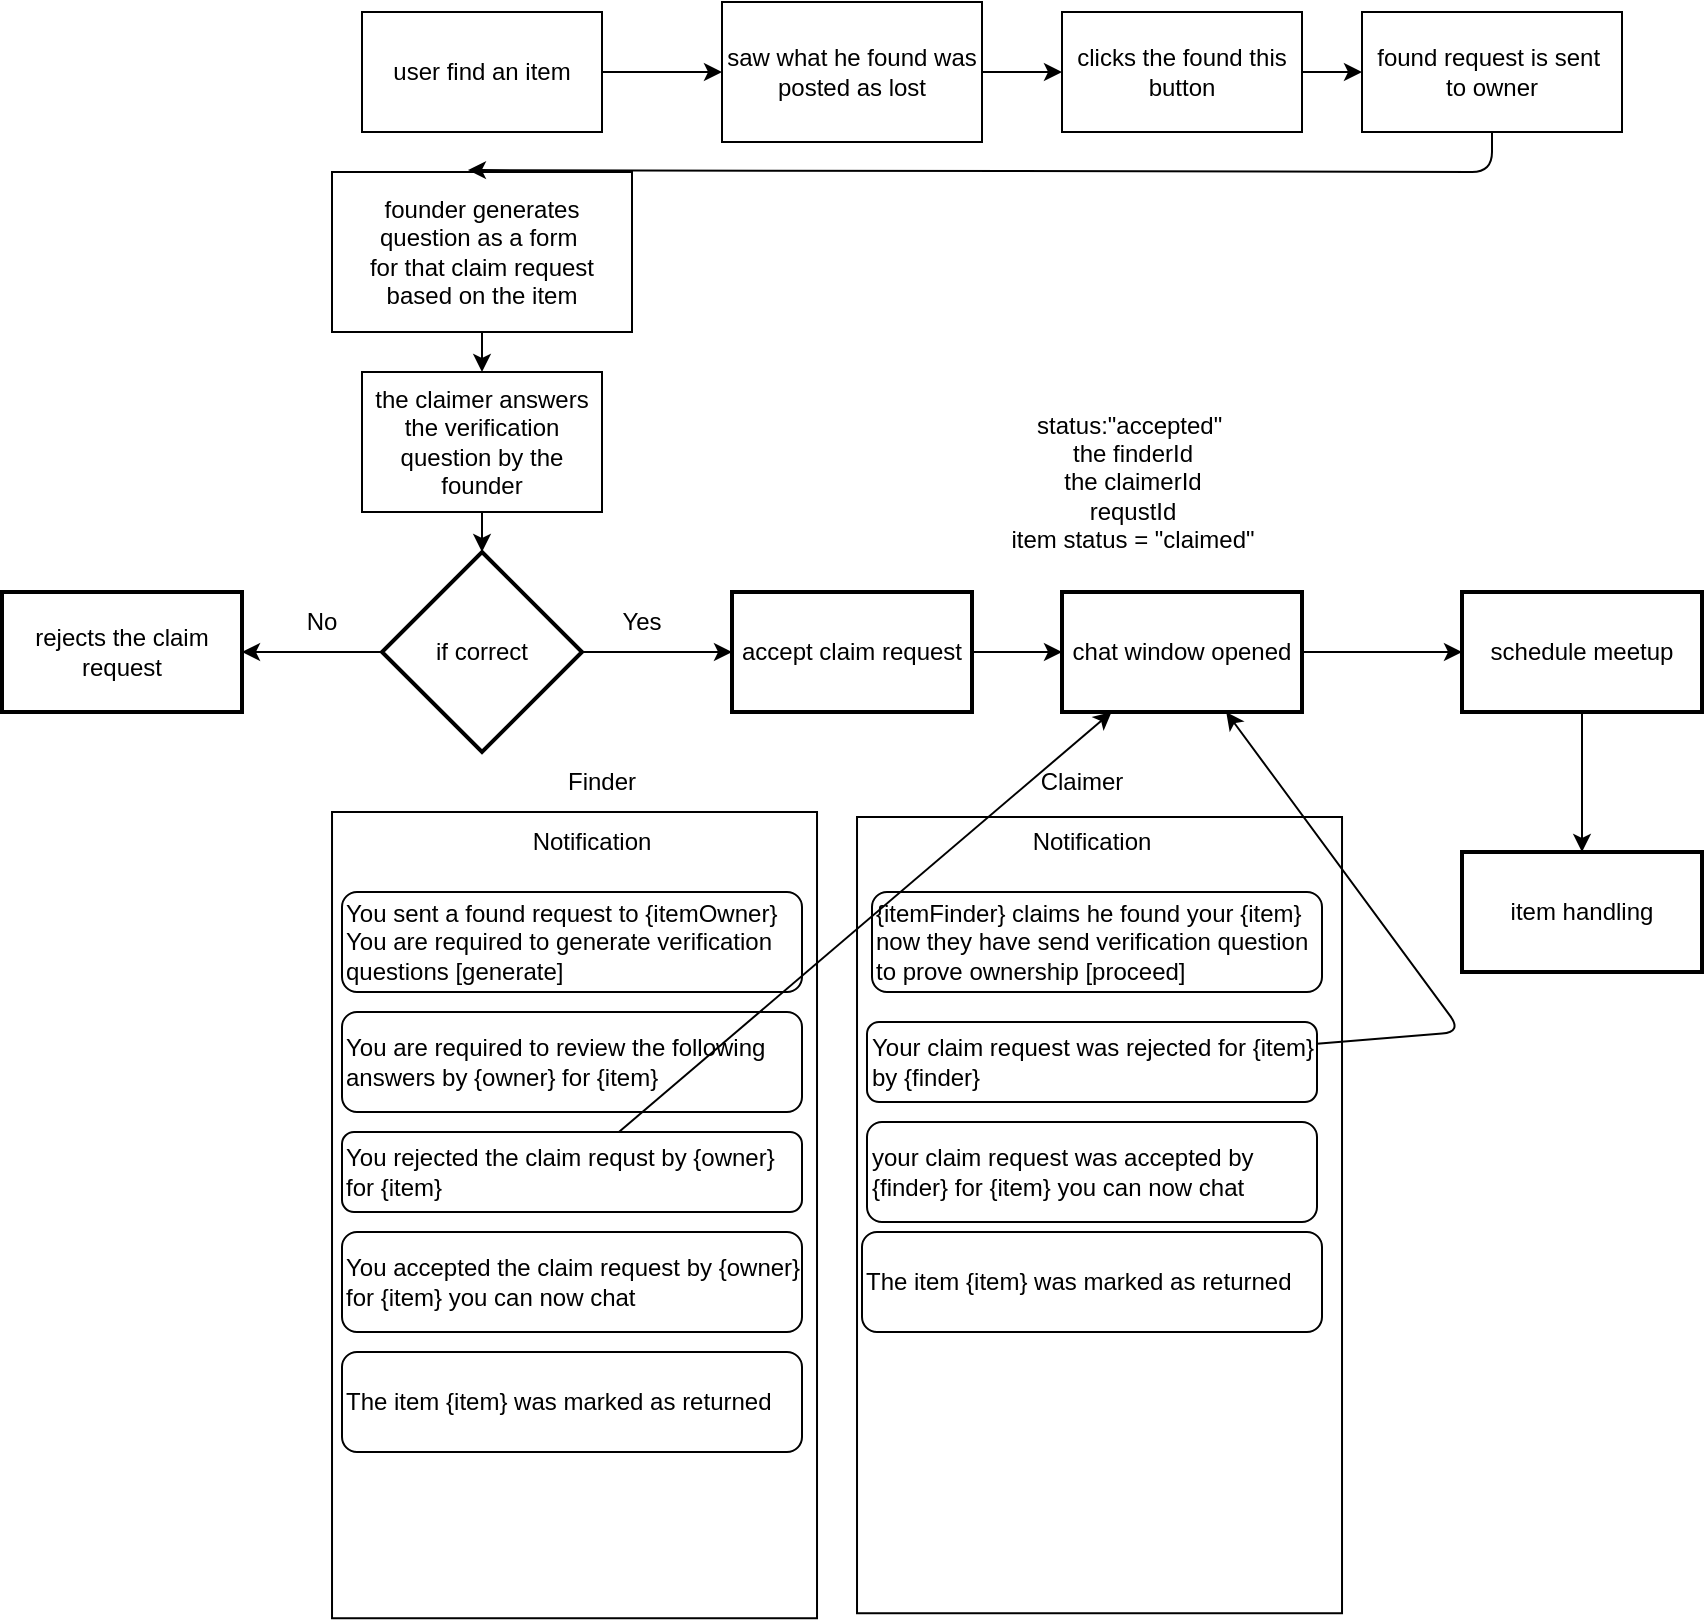
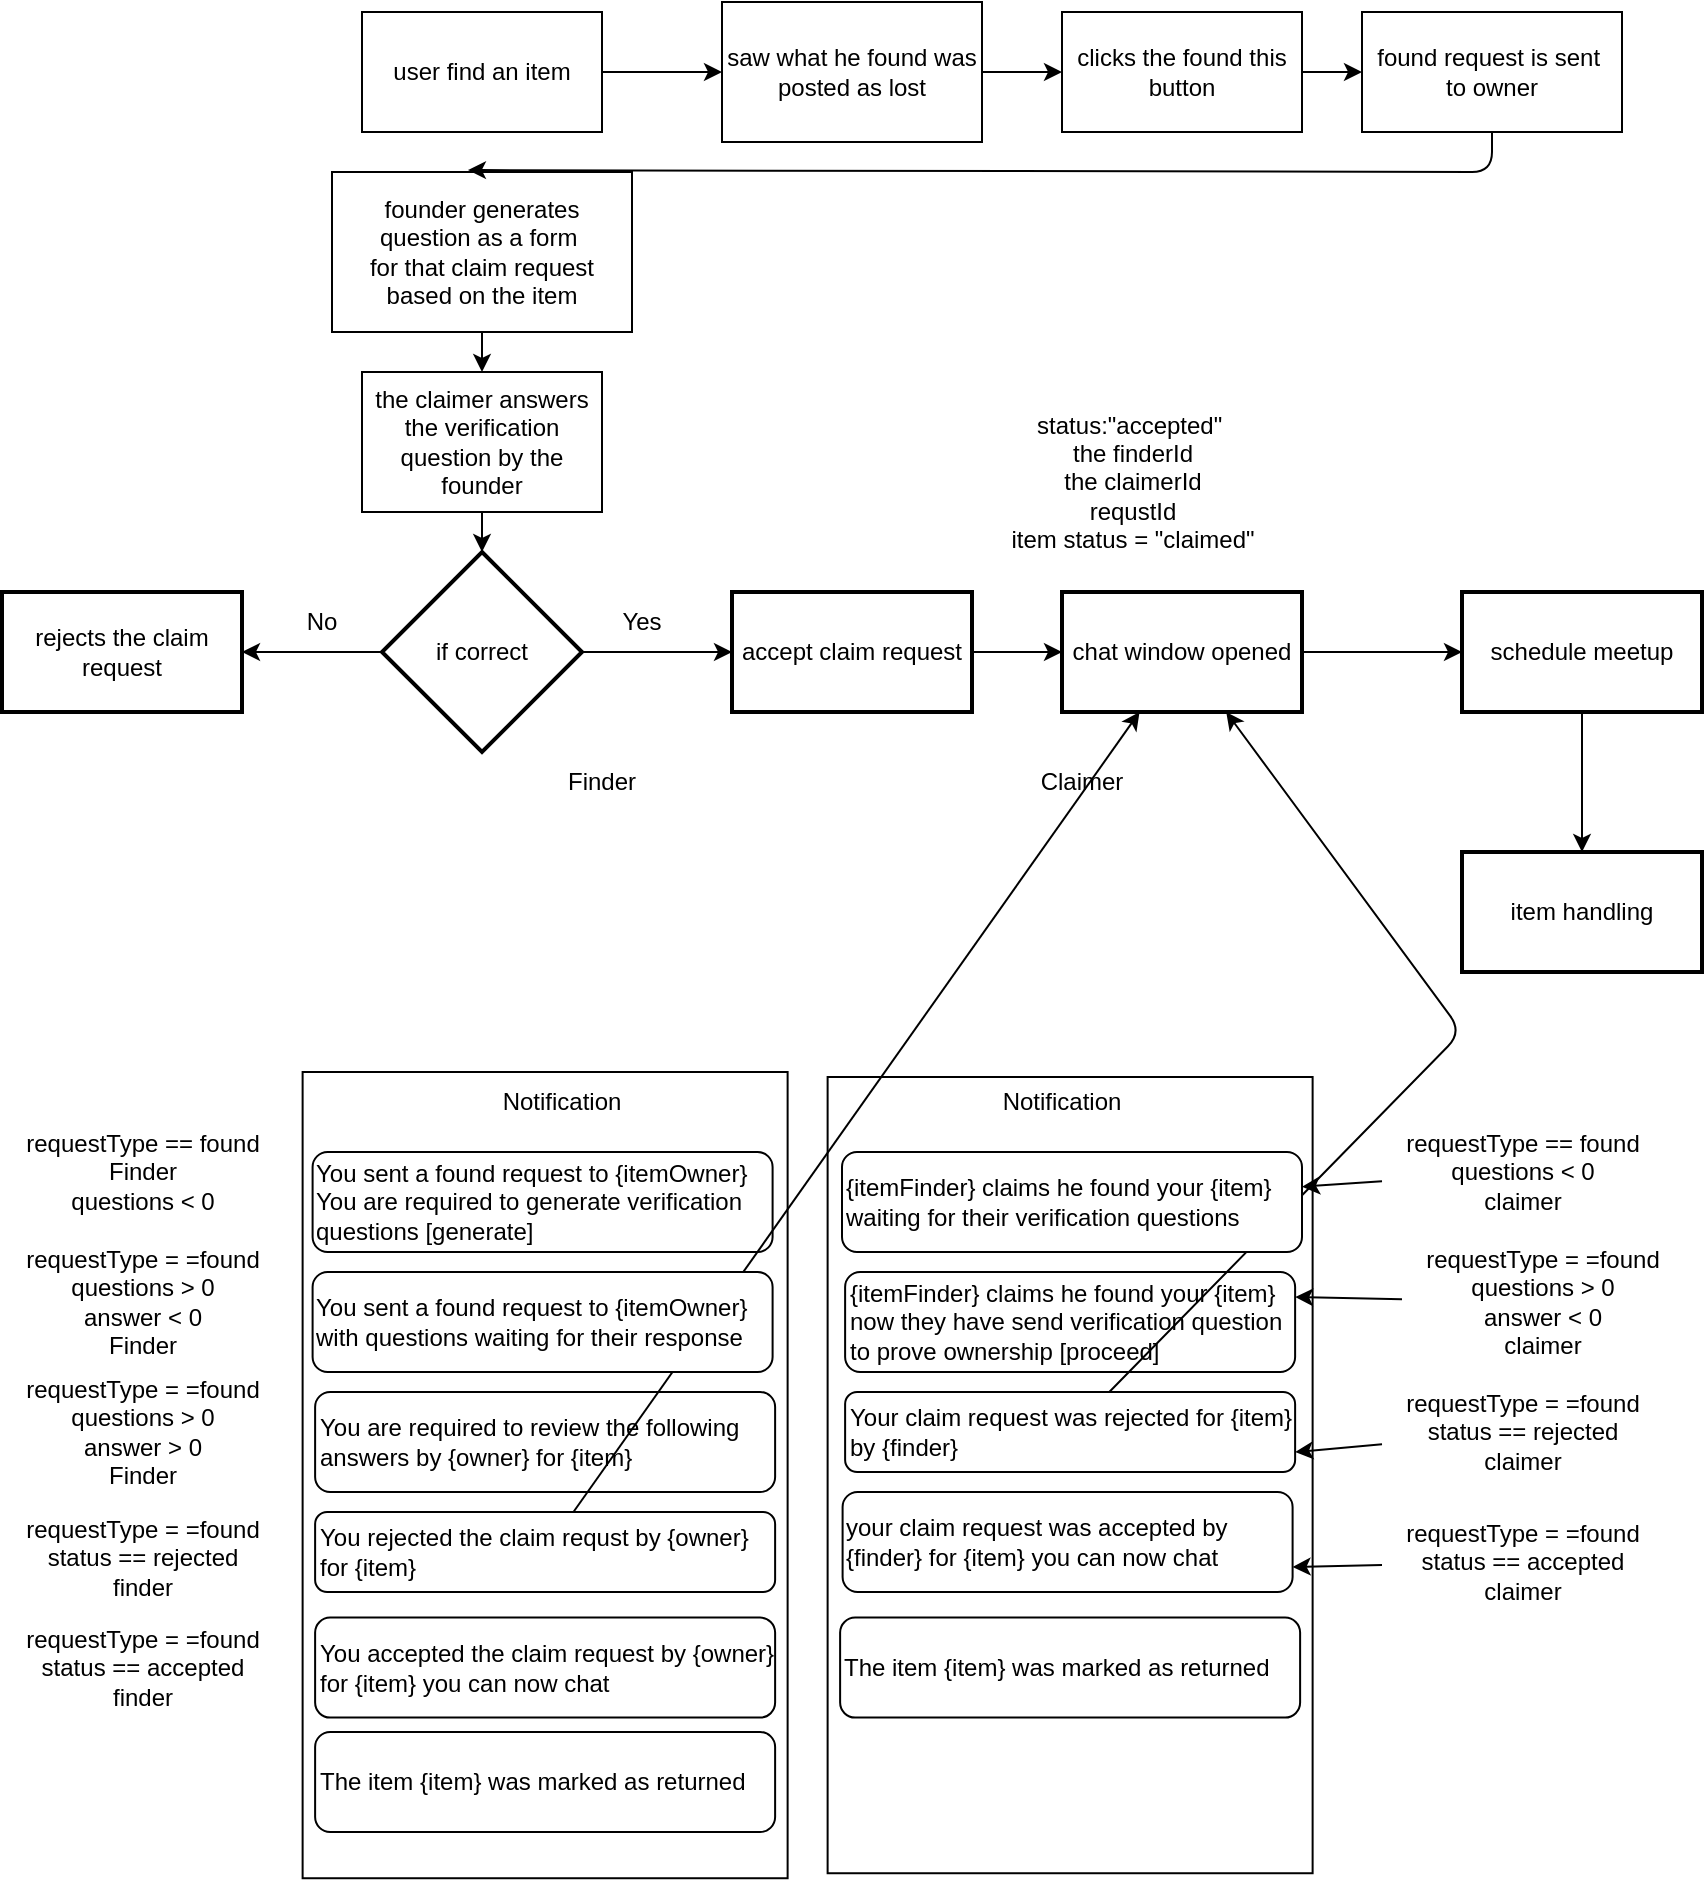
<mxfile host="65bd71144e">
    <diagram id="i1hBtsmhHRajQAO7jnXf" name="Page-1">
        <mxGraphModel dx="1720" dy="475" grid="1" gridSize="10" guides="1" tooltips="1" connect="1" arrows="1" fold="1" page="1" pageScale="1" pageWidth="850" pageHeight="1100" math="0" shadow="0">
            <root>
                <mxCell id="0"/>
                <mxCell id="1" parent="0"/>
                <mxCell id="119" value="" style="edgeStyle=none;html=1;" parent="1" source="120" target="122" edge="1">
                    <mxGeometry relative="1" as="geometry"/>
                </mxCell>
                <mxCell id="120" value="user find an item" style="rounded=0;whiteSpace=wrap;html=1;" parent="1" vertex="1">
                    <mxGeometry x="110" y="140" width="120" height="60" as="geometry"/>
                </mxCell>
                <mxCell id="121" value="" style="edgeStyle=none;html=1;" parent="1" source="122" target="124" edge="1">
                    <mxGeometry relative="1" as="geometry"/>
                </mxCell>
                <mxCell id="122" value="saw what he found was&lt;div&gt;posted as lost&lt;/div&gt;" style="rounded=0;whiteSpace=wrap;html=1;" parent="1" vertex="1">
                    <mxGeometry x="290" y="135" width="130" height="70" as="geometry"/>
                </mxCell>
                <mxCell id="123" value="" style="edgeStyle=none;html=1;" parent="1" source="124" target="125" edge="1">
                    <mxGeometry relative="1" as="geometry"/>
                </mxCell>
                <mxCell id="124" value="clicks the found this&lt;div&gt;button&lt;/div&gt;" style="rounded=0;whiteSpace=wrap;html=1;" parent="1" vertex="1">
                    <mxGeometry x="460" y="140" width="120" height="60" as="geometry"/>
                </mxCell>
                <mxCell id="125" value="found request is sent&amp;nbsp;&lt;div&gt;to owner&lt;/div&gt;" style="rounded=0;whiteSpace=wrap;html=1;" parent="1" vertex="1">
                    <mxGeometry x="610" y="140" width="130" height="60" as="geometry"/>
                </mxCell>
                <mxCell id="126" value="" style="edgeStyle=none;html=1;" parent="1" source="127" target="142" edge="1">
                    <mxGeometry relative="1" as="geometry"/>
                </mxCell>
                <mxCell id="127" value="founder generates&lt;div&gt;question as a form&amp;nbsp;&lt;/div&gt;&lt;div&gt;for that claim request&lt;/div&gt;&lt;div&gt;based on the item&lt;/div&gt;" style="rounded=0;whiteSpace=wrap;html=1;" parent="1" vertex="1">
                    <mxGeometry x="95" y="220" width="150" height="80" as="geometry"/>
                </mxCell>
                <mxCell id="128" style="edgeStyle=none;html=1;entryX=0.453;entryY=-0.012;entryDx=0;entryDy=0;entryPerimeter=0;" parent="1" source="125" target="127" edge="1">
                    <mxGeometry relative="1" as="geometry">
                        <mxPoint x="160" y="260" as="targetPoint"/>
                        <Array as="points">
                            <mxPoint x="675" y="220"/>
                        </Array>
                    </mxGeometry>
                </mxCell>
                <mxCell id="129" value="" style="edgeStyle=none;html=1;" parent="1" source="131" target="132" edge="1">
                    <mxGeometry relative="1" as="geometry"/>
                </mxCell>
                <mxCell id="130" value="" style="edgeStyle=none;html=1;" parent="1" source="131" target="134" edge="1">
                    <mxGeometry relative="1" as="geometry"/>
                </mxCell>
                <mxCell id="131" value="if correct" style="strokeWidth=2;html=1;shape=mxgraph.flowchart.decision;whiteSpace=wrap;" parent="1" vertex="1">
                    <mxGeometry x="120" y="410" width="100" height="100" as="geometry"/>
                </mxCell>
                <mxCell id="132" value="rejects the claim request" style="whiteSpace=wrap;html=1;strokeWidth=2;" parent="1" vertex="1">
                    <mxGeometry x="-70" y="430" width="120" height="60" as="geometry"/>
                </mxCell>
                <mxCell id="133" value="" style="edgeStyle=none;html=1;" parent="1" source="134" target="138" edge="1">
                    <mxGeometry relative="1" as="geometry"/>
                </mxCell>
                <mxCell id="134" value="accept claim request" style="whiteSpace=wrap;html=1;strokeWidth=2;" parent="1" vertex="1">
                    <mxGeometry x="295" y="430" width="120" height="60" as="geometry"/>
                </mxCell>
                <mxCell id="135" value="No" style="text;html=1;align=center;verticalAlign=middle;whiteSpace=wrap;rounded=0;" parent="1" vertex="1">
                    <mxGeometry x="60" y="430" width="60" height="30" as="geometry"/>
                </mxCell>
                <mxCell id="136" value="Yes" style="text;html=1;align=center;verticalAlign=middle;whiteSpace=wrap;rounded=0;" parent="1" vertex="1">
                    <mxGeometry x="220" y="430" width="60" height="30" as="geometry"/>
                </mxCell>
                <mxCell id="137" value="" style="edgeStyle=none;html=1;" parent="1" source="138" target="140" edge="1">
                    <mxGeometry relative="1" as="geometry"/>
                </mxCell>
                <mxCell id="138" value="chat window opened" style="whiteSpace=wrap;html=1;strokeWidth=2;" parent="1" vertex="1">
                    <mxGeometry x="460" y="430" width="120" height="60" as="geometry"/>
                </mxCell>
                <mxCell id="139" value="" style="edgeStyle=none;html=1;" parent="1" source="140" target="162" edge="1">
                    <mxGeometry relative="1" as="geometry"/>
                </mxCell>
                <mxCell id="140" value="schedule meetup" style="whiteSpace=wrap;html=1;strokeWidth=2;" parent="1" vertex="1">
                    <mxGeometry x="660" y="430" width="120" height="60" as="geometry"/>
                </mxCell>
                <mxCell id="141" value="" style="edgeStyle=none;html=1;" parent="1" source="142" target="131" edge="1">
                    <mxGeometry relative="1" as="geometry"/>
                </mxCell>
                <mxCell id="142" value="the claimer answers&lt;div&gt;the verification question by the founder&lt;/div&gt;" style="whiteSpace=wrap;html=1;" parent="1" vertex="1">
                    <mxGeometry x="110" y="320" width="120" height="70" as="geometry"/>
                </mxCell>
                <mxCell id="143" value="" style="rounded=0;whiteSpace=wrap;html=1;rotation=90;" parent="1" vertex="1">
-                     <mxGeometry x="14.7" y="620.31" width="403.12" height="242.5" as="geometry"/>
+                     <mxGeometry y="750.31" width="403.12" height="242.5" as="geometry"/>
                </mxCell>
                <mxCell id="144" value="Notification" style="text;html=1;align=center;verticalAlign=middle;whiteSpace=wrap;rounded=0;" parent="1" vertex="1">
-                     <mxGeometry x="170" y="540" width="110" height="30" as="geometry"/>
+                     <mxGeometry x="155.3" y="670" width="110" height="30" as="geometry"/>
                </mxCell>
                <mxCell id="145" value="You rejected the claim requst by {owner} for {item}" style="rounded=1;whiteSpace=wrap;html=1;align=left;" parent="1" vertex="1">
-                     <mxGeometry x="100" y="700" width="230" height="40" as="geometry"/>
+                     <mxGeometry x="86.56" y="890" width="230" height="40" as="geometry"/>
                </mxCell>
                <mxCell id="147" value="You are required to review the following answers by {owner} for {item}" style="rounded=1;whiteSpace=wrap;html=1;align=left;" parent="1" vertex="1">
-                     <mxGeometry x="100" y="640" width="230" height="50" as="geometry"/>
+                     <mxGeometry x="86.56" y="830" width="230" height="50" as="geometry"/>
                </mxCell>
                <mxCell id="148" value="You accepted the claim request by {owner} for {item} you can now chat" style="rounded=1;whiteSpace=wrap;html=1;align=left;" parent="1" vertex="1">
-                     <mxGeometry x="100" y="750" width="230" height="50" as="geometry"/>
+                     <mxGeometry x="86.56" y="942.81" width="230" height="50" as="geometry"/>
                </mxCell>
                <mxCell id="149" value="" style="rounded=0;whiteSpace=wrap;html=1;rotation=90;" parent="1" vertex="1">
-                     <mxGeometry x="279.7" y="620.31" width="398.12" height="242.5" as="geometry"/>
+                     <mxGeometry x="265" y="750.31" width="398.12" height="242.5" as="geometry"/>
                </mxCell>
                <mxCell id="150" value="Notification" style="text;html=1;align=center;verticalAlign=middle;whiteSpace=wrap;rounded=0;" parent="1" vertex="1">
-                     <mxGeometry x="420" y="540" width="110" height="30" as="geometry"/>
+                     <mxGeometry x="405.3" y="670" width="110" height="30" as="geometry"/>
                </mxCell>
                <mxCell id="151" value="Your claim request was rejected for {item}&lt;div&gt;by {finder}&lt;/div&gt;" style="rounded=1;whiteSpace=wrap;html=1;align=left;" parent="1" vertex="1">
-                     <mxGeometry x="362.5" y="645" width="225" height="40" as="geometry"/>
+                     <mxGeometry x="351.56" y="830" width="225" height="40" as="geometry"/>
                </mxCell>
                <mxCell id="154" value="your claim request was accepted by {finder} for {item} you can now chat" style="rounded=1;whiteSpace=wrap;html=1;align=left;" parent="1" vertex="1">
-                     <mxGeometry x="362.5" y="695" width="225" height="50" as="geometry"/>
+                     <mxGeometry x="350.3" y="880" width="225" height="50" as="geometry"/>
                </mxCell>
                <mxCell id="155" value="Finder" style="text;html=1;align=center;verticalAlign=middle;whiteSpace=wrap;rounded=0;" parent="1" vertex="1">
                    <mxGeometry x="200" y="510" width="60" height="30" as="geometry"/>
                </mxCell>
                <mxCell id="156" value="Claimer" style="text;html=1;align=center;verticalAlign=middle;whiteSpace=wrap;rounded=0;" parent="1" vertex="1">
                    <mxGeometry x="440" y="510" width="60" height="30" as="geometry"/>
                </mxCell>
                <mxCell id="157" value="You sent a found request to {itemOwner}&lt;div&gt;You are required to generate verification questions [generate]&lt;/div&gt;" style="rounded=1;whiteSpace=wrap;html=1;align=left;" parent="1" vertex="1">
-                     <mxGeometry x="100" y="580" width="230" height="50" as="geometry"/>
+                     <mxGeometry x="85.3" y="710" width="230" height="50" as="geometry"/>
                </mxCell>
                <mxCell id="158" value="{itemFinder} claims he found your {item}&lt;div&gt;now they have send verification question to prove ownership [proceed]&lt;/div&gt;" style="rounded=1;whiteSpace=wrap;html=1;align=left;" parent="1" vertex="1">
-                     <mxGeometry x="365" y="580" width="225" height="50" as="geometry"/>
+                     <mxGeometry x="351.56" y="770" width="225" height="50" as="geometry"/>
                </mxCell>
                <mxCell id="159" style="edgeStyle=none;html=1;" parent="1" source="151" target="138" edge="1">
                    <mxGeometry relative="1" as="geometry">
                        <Array as="points">
                            <mxPoint x="660" y="650"/>
                        </Array>
                    </mxGeometry>
                </mxCell>
                <mxCell id="160" style="edgeStyle=none;html=1;" parent="1" source="145" target="138" edge="1">
                    <mxGeometry relative="1" as="geometry">
                        <mxPoint x="60" y="780" as="targetPoint"/>
                    </mxGeometry>
                </mxCell>
                <mxCell id="161" value="status:&quot;accepted&quot;&amp;nbsp;&lt;div&gt;the finderId&lt;/div&gt;&lt;div&gt;the claimerId&lt;/div&gt;&lt;div&gt;requstId&lt;/div&gt;&lt;div&gt;item status = &quot;claimed&quot;&lt;/div&gt;" style="text;html=1;align=center;verticalAlign=middle;resizable=0;points=[];autosize=1;strokeColor=none;fillColor=none;" parent="1" vertex="1">
                    <mxGeometry x="420" y="330" width="150" height="90" as="geometry"/>
                </mxCell>
                <mxCell id="162" value="item handling" style="whiteSpace=wrap;html=1;strokeWidth=2;" parent="1" vertex="1">
                    <mxGeometry x="660" y="560" width="120" height="60" as="geometry"/>
                </mxCell>
                <mxCell id="163" value="The item {item} was marked as returned" style="rounded=1;whiteSpace=wrap;html=1;align=left;" parent="1" vertex="1">
-                     <mxGeometry x="100" y="810" width="230" height="50" as="geometry"/>
+                     <mxGeometry x="86.56" y="1000" width="230" height="50" as="geometry"/>
                </mxCell>
                <mxCell id="164" value="The item {item} was marked as returned" style="rounded=1;whiteSpace=wrap;html=1;align=left;" parent="1" vertex="1">
-                     <mxGeometry x="360" y="750" width="230" height="50" as="geometry"/>
+                     <mxGeometry x="349.06" y="942.81" width="230" height="50" as="geometry"/>
+                 </mxCell>
+                 <mxCell id="165" value="requestType == found&lt;div&gt;Finder&lt;/div&gt;&lt;div&gt;questions &amp;lt; 0&lt;/div&gt;" style="text;html=1;align=center;verticalAlign=middle;resizable=0;points=[];autosize=1;strokeColor=none;fillColor=none;" vertex="1" parent="1">
+                     <mxGeometry x="-70" y="690" width="140" height="60" as="geometry"/>
+                 </mxCell>
+                 <mxCell id="179" value="" style="edgeStyle=none;html=1;" edge="1" parent="1" source="168" target="172">
+                     <mxGeometry relative="1" as="geometry"/>
+                 </mxCell>
+                 <mxCell id="168" value="requestType == found&lt;div&gt;questions &amp;lt; 0&lt;/div&gt;&lt;div&gt;claimer&lt;/div&gt;" style="text;html=1;align=center;verticalAlign=middle;resizable=0;points=[];autosize=1;strokeColor=none;fillColor=none;" vertex="1" parent="1">
+                     <mxGeometry x="620" y="690" width="140" height="60" as="geometry"/>
+                 </mxCell>
+                 <mxCell id="172" value="{itemFinder} claims he found your {item}&lt;br&gt;waiting for their verification questions" style="rounded=1;whiteSpace=wrap;html=1;align=left;" vertex="1" parent="1">
+                     <mxGeometry x="350" y="710" width="230" height="50" as="geometry"/>
+                 </mxCell>
+                 <mxCell id="181" value="" style="edgeStyle=none;html=1;entryX=1;entryY=0.25;entryDx=0;entryDy=0;" edge="1" parent="1" source="174" target="158">
+                     <mxGeometry relative="1" as="geometry"/>
+                 </mxCell>
+                 <mxCell id="174" value="requestType = =found&lt;div&gt;questions &amp;gt; 0&lt;/div&gt;&lt;div&gt;answer &amp;lt; 0&lt;/div&gt;&lt;div&gt;claimer&lt;/div&gt;" style="text;html=1;align=center;verticalAlign=middle;resizable=0;points=[];autosize=1;strokeColor=none;fillColor=none;" vertex="1" parent="1">
+                     <mxGeometry x="630" y="750" width="140" height="70" as="geometry"/>
+                 </mxCell>
+                 <mxCell id="175" value="You sent a found request to {itemOwner}&lt;br&gt;with questions waiting for their response" style="rounded=1;whiteSpace=wrap;html=1;align=left;" vertex="1" parent="1">
+                     <mxGeometry x="85.30000000000001" y="770" width="230" height="50" as="geometry"/>
+                 </mxCell>
+                 <mxCell id="176" value="requestType = =found&lt;div&gt;questions &amp;gt; 0&lt;/div&gt;&lt;div&gt;answer &amp;lt; 0&lt;/div&gt;&lt;div&gt;Finder&lt;/div&gt;" style="text;html=1;align=center;verticalAlign=middle;resizable=0;points=[];autosize=1;strokeColor=none;fillColor=none;" vertex="1" parent="1">
+                     <mxGeometry x="-70" y="750.31" width="140" height="70" as="geometry"/>
+                 </mxCell>
+                 <mxCell id="182" value="" style="edgeStyle=none;html=1;entryX=1;entryY=0.75;entryDx=0;entryDy=0;" edge="1" parent="1" source="177" target="151">
+                     <mxGeometry relative="1" as="geometry"/>
+                 </mxCell>
+                 <mxCell id="177" value="requestType = =found&lt;div&gt;status == rejected&lt;/div&gt;&lt;div&gt;claimer&lt;/div&gt;" style="text;html=1;align=center;verticalAlign=middle;resizable=0;points=[];autosize=1;strokeColor=none;fillColor=none;" vertex="1" parent="1">
+                     <mxGeometry x="620" y="820" width="140" height="60" as="geometry"/>
+                 </mxCell>
+                 <mxCell id="178" value="requestType = =found&lt;div&gt;questions &amp;gt; 0&lt;/div&gt;&lt;div&gt;answer &amp;gt; 0&lt;/div&gt;&lt;div&gt;Finder&lt;/div&gt;" style="text;html=1;align=center;verticalAlign=middle;resizable=0;points=[];autosize=1;strokeColor=none;fillColor=none;" vertex="1" parent="1">
+                     <mxGeometry x="-70" y="815" width="140" height="70" as="geometry"/>
+                 </mxCell>
+                 <mxCell id="184" value="" style="edgeStyle=none;html=1;entryX=1;entryY=0.75;entryDx=0;entryDy=0;" edge="1" parent="1" source="183" target="154">
+                     <mxGeometry relative="1" as="geometry"/>
+                 </mxCell>
+                 <mxCell id="183" value="requestType = =found&lt;div&gt;status == accepted&lt;/div&gt;&lt;div&gt;claimer&lt;/div&gt;" style="text;html=1;align=center;verticalAlign=middle;resizable=0;points=[];autosize=1;strokeColor=none;fillColor=none;" vertex="1" parent="1">
+                     <mxGeometry x="620" y="885" width="140" height="60" as="geometry"/>
+                 </mxCell>
+                 <mxCell id="185" value="requestType = =found&lt;div&gt;status == rejected&lt;/div&gt;&lt;div&gt;finder&lt;/div&gt;" style="text;html=1;align=center;verticalAlign=middle;resizable=0;points=[];autosize=1;strokeColor=none;fillColor=none;" vertex="1" parent="1">
+                     <mxGeometry x="-70" y="882.81" width="140" height="60" as="geometry"/>
+                 </mxCell>
+                 <mxCell id="186" value="requestType = =found&lt;div&gt;status == accepted&lt;/div&gt;&lt;div&gt;finder&lt;/div&gt;" style="text;html=1;align=center;verticalAlign=middle;resizable=0;points=[];autosize=1;strokeColor=none;fillColor=none;" vertex="1" parent="1">
+                     <mxGeometry x="-70" y="937.81" width="140" height="60" as="geometry"/>
                </mxCell>
            </root>
        </mxGraphModel>
    </diagram>
</mxfile>